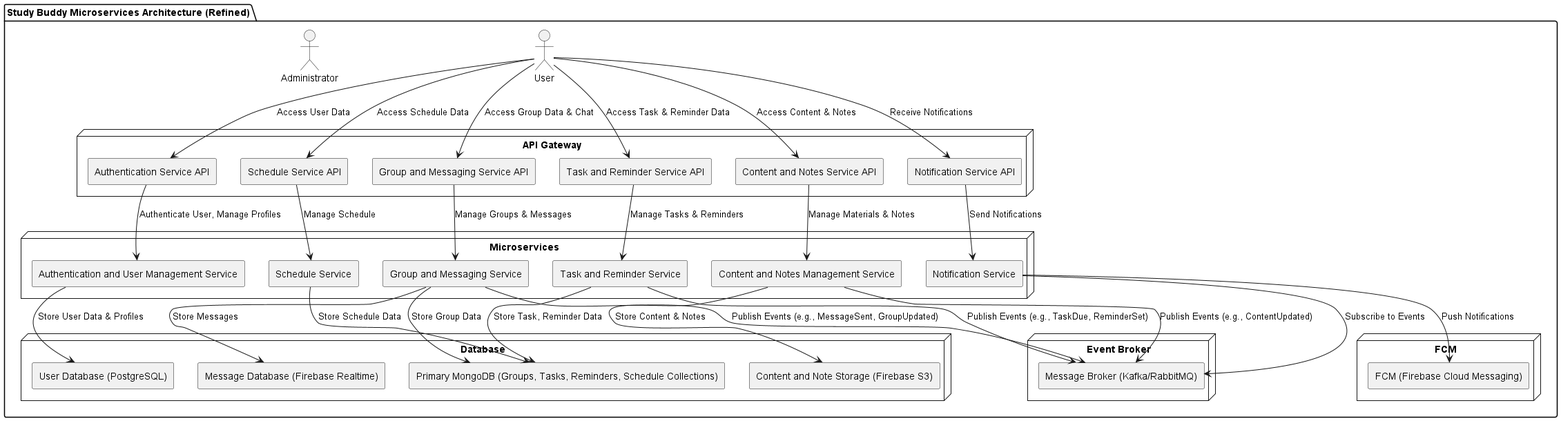
Earlier version of the PlantUML export 8. software architecture design/microservices.png (vannndar/fp_ppl). Source of this version:
```plantuml
@startuml

package "Study Buddy Microservices Architecture (Refined)" {

  actor "User" as user
  actor "Administrator" as admin

  node "API Gateway" {
    rectangle "Authentication Service API" as auth_service_api
    rectangle "Group and Messaging Service API" as group_messaging_service_api
    rectangle "Task and Reminder Service API" as task_reminder_service_api
    rectangle "Content and Notes Service API" as content_notes_service_api
    rectangle "Schedule Service API" as schedule_service_api
    rectangle "Notification Service API" as notification_service_api
  }

  node "Microservices" {
    rectangle "Authentication and User Management Service" as auth_service
    rectangle "Group and Messaging Service" as group_messaging_service
    rectangle "Task and Reminder Service" as task_reminder_service
    rectangle "Content and Notes Management Service" as content_notes_service
    rectangle "Schedule Service" as schedule_service
    rectangle "Notification Service" as notification_service
  }

  node "Database" {
    rectangle "User Database (PostgreSQL)" as user_db
    rectangle "Primary MongoDB (Groups, Tasks, Reminders, Schedule Collections)" as primary_mongo_db
    rectangle "Message Database (Firebase Realtime)" as message_db
    rectangle "Content and Note Storage (Firebase S3)" as content_notes_db
  }

  node "Event Broker" {
    rectangle "Message Broker (Kafka/RabbitMQ)" as message_broker
  }

  node "FCM" {
    rectangle "FCM (Firebase Cloud Messaging)" as fcm
  }

  user --> auth_service_api : Access User Data
  user --> group_messaging_service_api : Access Group Data & Chat
  user --> task_reminder_service_api : Access Task & Reminder Data
  user --> content_notes_service_api : Access Content & Notes
  user --> schedule_service_api : Access Schedule Data
  user --> notification_service_api : Receive Notifications

  auth_service_api --> auth_service : Authenticate User, Manage Profiles
  group_messaging_service_api --> group_messaging_service : Manage Groups & Messages
  task_reminder_service_api --> task_reminder_service : Manage Tasks & Reminders
  content_notes_service_api --> content_notes_service : Manage Materials & Notes
  schedule_service_api --> schedule_service : Manage Schedule
  notification_service_api --> notification_service : Send Notifications

  auth_service --> user_db : Store User Data & Profiles
  group_messaging_service --> primary_mongo_db : Store Group Data
  task_reminder_service --> primary_mongo_db : Store Task, Reminder Data
  schedule_service --> primary_mongo_db : Store Schedule Data
  group_messaging_service --> message_db : Store Messages
  content_notes_service --> content_notes_db : Store Content & Notes

  group_messaging_service --> message_broker : Publish Events (e.g., MessageSent, GroupUpdated)
  task_reminder_service --> message_broker : Publish Events (e.g., TaskDue, ReminderSet)
  content_notes_service --> message_broker : Publish Events (e.g., ContentUpdated)

  notification_service --> message_broker : Subscribe to Events
  notification_service --> fcm : Push Notifications

}

@enduml
```
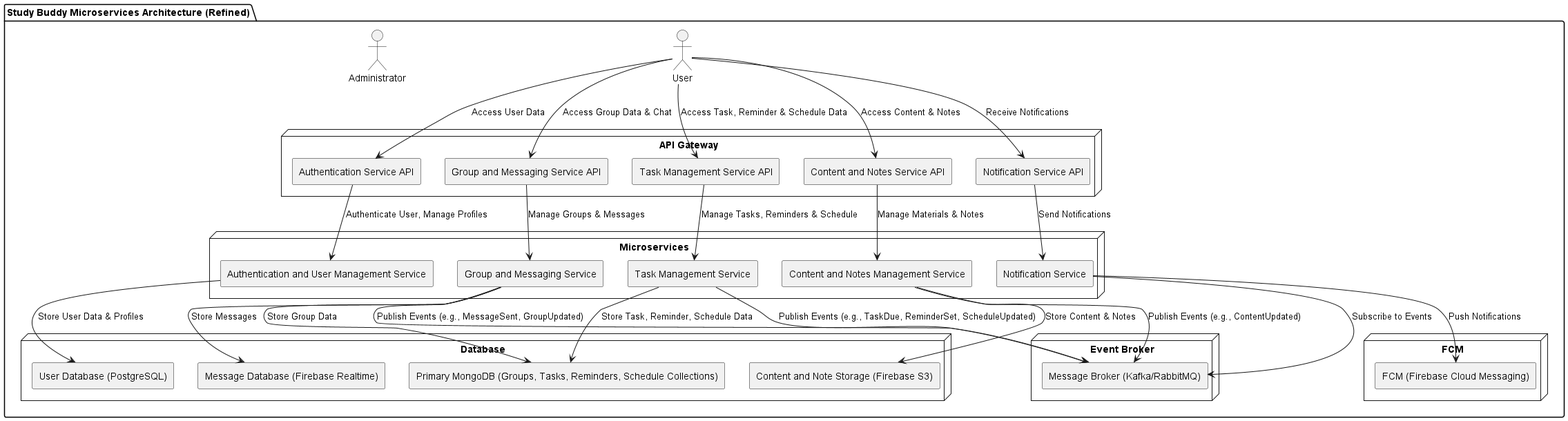
The same diagram one commit later.

What changed in the source:
```diff
@@ -8,18 +8,16 @@
   node "API Gateway" {
     rectangle "Authentication Service API" as auth_service_api
     rectangle "Group and Messaging Service API" as group_messaging_service_api
-    rectangle "Task and Reminder Service API" as task_reminder_service_api
+    rectangle "Task Management Service API" as task_management_service_api
     rectangle "Content and Notes Service API" as content_notes_service_api
-    rectangle "Schedule Service API" as schedule_service_api
     rectangle "Notification Service API" as notification_service_api
   }
 
   node "Microservices" {
     rectangle "Authentication and User Management Service" as auth_service
     rectangle "Group and Messaging Service" as group_messaging_service
-    rectangle "Task and Reminder Service" as task_reminder_service
+    rectangle "Task Management Service" as task_management_service
     rectangle "Content and Notes Management Service" as content_notes_service
-    rectangle "Schedule Service" as schedule_service
     rectangle "Notification Service" as notification_service
   }
 
@@ -40,27 +38,24 @@
 
   user --> auth_service_api : Access User Data
   user --> group_messaging_service_api : Access Group Data & Chat
-  user --> task_reminder_service_api : Access Task & Reminder Data
+  user --> task_management_service_api : Access Task, Reminder & Schedule Data
   user --> content_notes_service_api : Access Content & Notes
-  user --> schedule_service_api : Access Schedule Data
   user --> notification_service_api : Receive Notifications
 
   auth_service_api --> auth_service : Authenticate User, Manage Profiles
   group_messaging_service_api --> group_messaging_service : Manage Groups & Messages
-  task_reminder_service_api --> task_reminder_service : Manage Tasks & Reminders
+  task_management_service_api --> task_management_service : Manage Tasks, Reminders & Schedule
   content_notes_service_api --> content_notes_service : Manage Materials & Notes
-  schedule_service_api --> schedule_service : Manage Schedule
   notification_service_api --> notification_service : Send Notifications
 
   auth_service --> user_db : Store User Data & Profiles
   group_messaging_service --> primary_mongo_db : Store Group Data
-  task_reminder_service --> primary_mongo_db : Store Task, Reminder Data
-  schedule_service --> primary_mongo_db : Store Schedule Data
+  task_management_service --> primary_mongo_db : Store Task, Reminder, Schedule Data
   group_messaging_service --> message_db : Store Messages
   content_notes_service --> content_notes_db : Store Content & Notes
 
   group_messaging_service --> message_broker : Publish Events (e.g., MessageSent, GroupUpdated)
-  task_reminder_service --> message_broker : Publish Events (e.g., TaskDue, ReminderSet)
+  task_management_service --> message_broker : Publish Events (e.g., TaskDue, ReminderSet, ScheduleUpdated)
   content_notes_service --> message_broker : Publish Events (e.g., ContentUpdated)
 
   notification_service --> message_broker : Subscribe to Events
```
